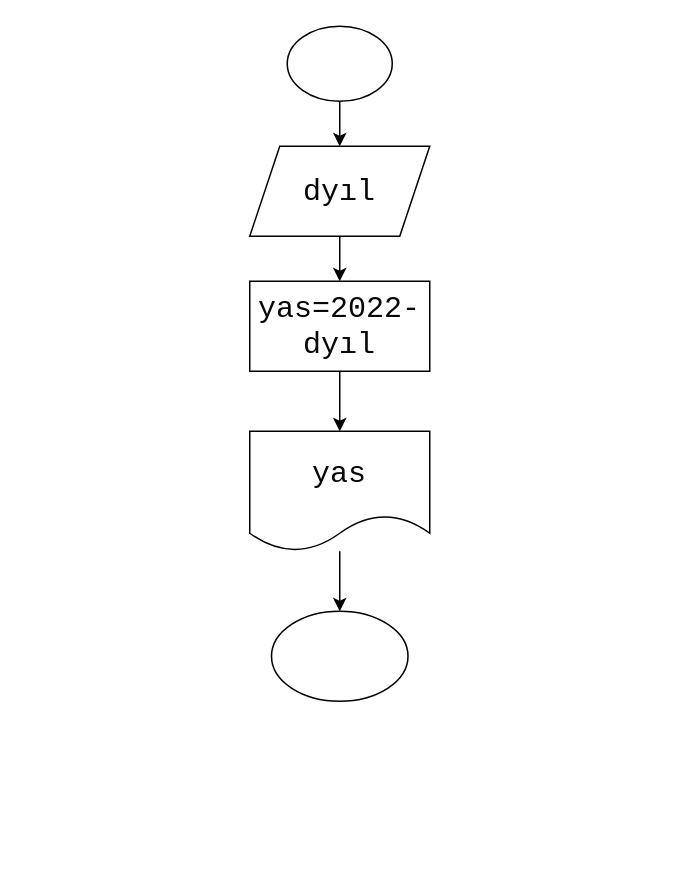
This is Untitled Diagram.drawio from umrtkyrk/flow_diagrams, a draw.io file, before an edit. Source tidied: cells renumbered, new cells numbered last; positions are measured from the earlier drawing's top-left corner, leaving out a move shared by most shapes. Both pictures are drawn from the tidied source at 150%, with x=0, y=0 at pixel (249, 26).
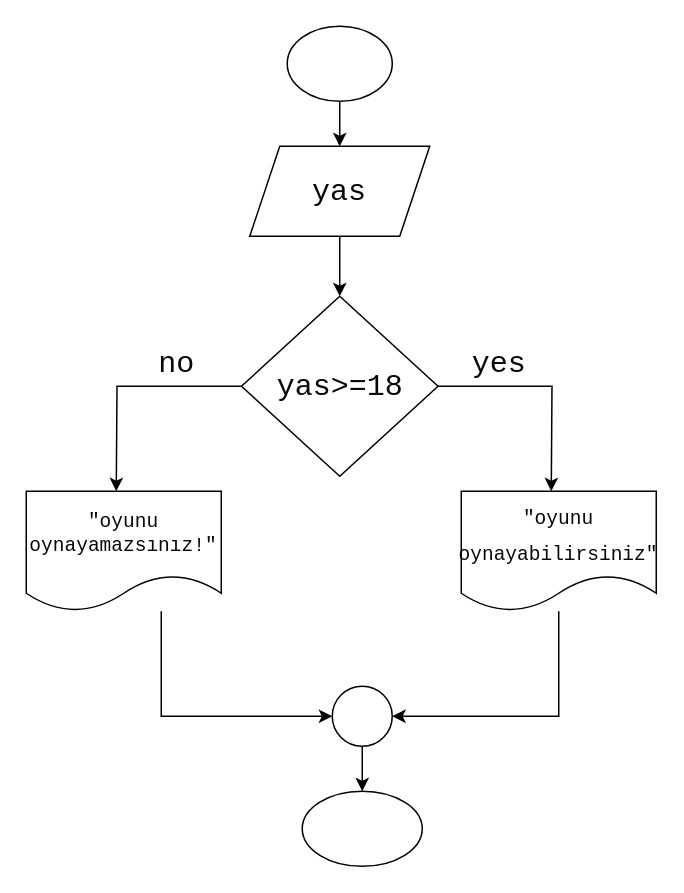
The same page after the edit.

Change to the diagram source:
```diff
@@
-    <mxCell id="4" style="edgeStyle=orthogonalEdgeStyle;rounded=0;jettySize=auto;html=1;fontFamily=Courier New;fontSize=20;fontColor=#080808;" parent="1" edge="1" source="5" target="7">
-      <mxGeometry relative="1" as="geometry" />
-    </mxCell>
-    <mxCell id="5" value="dyıl" style="shape=parallelogram;perimeter=parallelogramPerimeter;whiteSpace=wrap;html=1;fixedSize=1;fontFamily=Courier New;fontSize=20;fontColor=#080808;" parent="1" vertex="1">
-      <mxGeometry y="80" width="120" height="60" as="geometry" />
-    </mxCell>
-    <mxCell id="6" style="edgeStyle=orthogonalEdgeStyle;rounded=0;jettySize=auto;html=1;entryX=0.5;entryY=0;entryDx=0;entryDy=0;fontFamily=Courier New;fontSize=20;fontColor=#080808;" parent="1" edge="1" source="7" target="9">
-      <mxGeometry relative="1" as="geometry" />
-    </mxCell>
-    <mxCell id="7" value="yas=2022-dyıl" style="rounded=0;whiteSpace=wrap;html=1;fontFamily=Courier New;fontSize=20;fontColor=#080808;" parent="1" vertex="1">
-      <mxGeometry y="170" width="120" height="60" as="geometry" />
-    </mxCell>
-    <mxCell id="8" style="edgeStyle=orthogonalEdgeStyle;rounded=0;jettySize=auto;html=1;fontFamily=Courier New;fontSize=20;fontColor=#080808;" parent="1" edge="1" source="9">
-      <mxGeometry relative="1" as="geometry">
-        <mxPoint x="60" y="390" as="targetPoint" />
-      </mxGeometry>
-    </mxCell>
+    <mxCell id="11" style="edgeStyle=orthogonalEdgeStyle;rounded=0;jettySize=auto;html=1;fontFamily=Courier New;fontSize=20;fontColor=#080808;" parent="1" edge="1" source="9">
+      <mxGeometry relative="1" as="geometry">
+        <mxPoint x="60" y="180" as="targetPoint" />
+      </mxGeometry>
+    </mxCell>
-    <mxCell id="9" value="yas" style="shape=document;whiteSpace=wrap;html=1;boundedLbl=1;fontFamily=Courier New;fontSize=20;fontColor=#080808;" parent="1" vertex="1">
-      <mxGeometry y="270" width="120" height="80" as="geometry" />
+    <mxCell id="9" value="yas" style="shape=parallelogram;perimeter=parallelogramPerimeter;whiteSpace=wrap;html=1;fixedSize=1;fontFamily=Courier New;fontSize=20;fontColor=#080808;" parent="1" vertex="1">
+      <mxGeometry y="80" width="120" height="60" as="geometry" />
     </mxCell>
-    <mxCell id="10" style="ellipse;whiteSpace=wrap;html=1;fontFamily=Courier New;fontSize=20;fontColor=#080808;" parent="1" vertex="1">
-      <mxGeometry x="14.5" y="390" width="91" height="60" as="geometry" />
-    </mxCell>
+    <mxCell id="12" style="edgeStyle=orthogonalEdgeStyle;rounded=0;jettySize=auto;html=1;fontFamily=Courier New;fontSize=20;fontColor=#080808;" parent="1" edge="1" source="14">
+      <mxGeometry relative="1" as="geometry">
+        <mxPoint x="201" y="310" as="targetPoint" />
+      </mxGeometry>
+    </mxCell>
+    <mxCell id="13" style="edgeStyle=orthogonalEdgeStyle;rounded=0;jettySize=auto;html=1;fontFamily=Courier New;fontSize=20;fontColor=#080808;" parent="1" edge="1" source="14">
+      <mxGeometry relative="1" as="geometry">
+        <mxPoint x="-89" y="310" as="targetPoint" />
+      </mxGeometry>
+    </mxCell>
+    <mxCell id="14" value="yas&amp;gt;=18" style="rhombus;whiteSpace=wrap;html=1;fontFamily=Courier New;fontSize=20;fontColor=#080808;" parent="1" vertex="1">
+      <mxGeometry x="-5.5" y="180" width="131" height="120" as="geometry" />
+    </mxCell>
+    <mxCell id="15" value="yes" style="text;html=1;align=center;verticalAlign=middle;strokeColor=none;fillColor=none;fontSize=20;fontFamily=Courier New;fontColor=#080808;" parent="1" vertex="1">
+      <mxGeometry x="141" y="210" width="50" height="30" as="geometry" />
+    </mxCell>
+    <mxCell id="16" value="no" style="text;html=1;align=center;verticalAlign=middle;strokeColor=none;fillColor=none;fontSize=20;fontFamily=Courier New;fontColor=#080808;" parent="1" vertex="1">
+      <mxGeometry x="-69" y="210" width="40" height="30" as="geometry" />
+    </mxCell>
+    <mxCell id="17" style="edgeStyle=orthogonalEdgeStyle;rounded=0;jettySize=auto;html=1;fontFamily=Courier New;fontSize=13;fontColor=#080808;entryX=1;entryY=0.5;entryDx=0;entryDy=0;" parent="1" edge="1" source="18" target="22">
+      <mxGeometry relative="1" as="geometry">
+        <Array as="points">
+          <mxPoint x="206" y="460" />
+        </Array>
+      </mxGeometry>
+    </mxCell>
+    <mxCell id="18" value="&lt;font style=&quot;font-size: 13px&quot;&gt;&quot;oyunu oynayabilirsiniz&quot;&lt;/font&gt;" style="shape=document;whiteSpace=wrap;html=1;boundedLbl=1;fontFamily=Courier New;fontSize=20;fontColor=#080808;" parent="1" vertex="1">
+      <mxGeometry x="141" y="310" width="130" height="80" as="geometry" />
+    </mxCell>
+    <mxCell id="19" style="edgeStyle=orthogonalEdgeStyle;rounded=0;jettySize=auto;html=1;fontFamily=Courier New;fontSize=13;fontColor=#080808;entryX=0;entryY=0.5;entryDx=0;entryDy=0;" parent="1" edge="1" source="20" target="22">
+      <mxGeometry relative="1" as="geometry">
+        <Array as="points">
+          <mxPoint x="-59" y="460" />
+        </Array>
+      </mxGeometry>
+    </mxCell>
+    <mxCell id="20" value="&quot;oyunu oynayamazsınız!&quot;" style="shape=document;whiteSpace=wrap;html=1;boundedLbl=1;fontFamily=Courier New;fontSize=13;fontColor=#080808;" parent="1" vertex="1">
+      <mxGeometry x="-149" y="310" width="130" height="80" as="geometry" />
+    </mxCell>
+    <mxCell id="21" style="edgeStyle=orthogonalEdgeStyle;rounded=0;jettySize=auto;html=1;entryX=0.5;entryY=0;entryDx=0;entryDy=0;fontFamily=Courier New;fontSize=13;fontColor=#080808;" parent="1" edge="1" source="22" target="23">
+      <mxGeometry relative="1" as="geometry" />
+    </mxCell>
+    <mxCell id="22" style="ellipse;whiteSpace=wrap;html=1;fontFamily=Courier New;fontSize=13;fontColor=#080808;" parent="1" vertex="1">
+      <mxGeometry x="55" y="440" width="40" height="40" as="geometry" />
+    </mxCell>
+    <mxCell id="23" style="ellipse;whiteSpace=wrap;html=1;fontFamily=Courier New;fontSize=13;fontColor=#080808;" parent="1" vertex="1">
+      <mxGeometry x="35" y="510" width="80" height="50" as="geometry" />
+    </mxCell>
```
